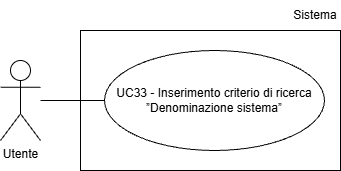
Before: assets/Use_Case_Diagrams/UC33.png, a diagram exported from draw.io (Team-Three-Technologies/Documenti). Source tidied: cells renumbered, new cells last; positions are measured from the earlier drawing's top-left corner, leaving out a move shared by most shapes. The source it was exported from:
```xml
<mxGraphModel>
  <root>
    <mxCell id="0" />
    <mxCell id="1" parent="0" />
    <mxCell id="2" value="Utente" style="shape=umlActor;verticalLabelPosition=bottom;verticalAlign=top;html=1;" parent="1" vertex="1">
      <mxGeometry y="60" width="40" height="80" as="geometry" />
    </mxCell>
    <mxCell id="3" value="UC33 - Inserimento criterio di ricerca ”Denominazione sistema”" style="ellipse;whiteSpace=wrap;html=1;align=center;" parent="1" vertex="1">
      <mxGeometry x="104" y="50" width="220" height="100" as="geometry" />
    </mxCell>
    <mxCell id="4" style="endArrow=none;html=1;rounded=0;entryX=0;entryY=0.5;entryDx=0;entryDy=0;" parent="1" edge="1" target="3">
      <mxGeometry relative="1" as="geometry">
        <mxPoint x="40" y="100" as="sourcePoint" />
      </mxGeometry>
    </mxCell>
    <mxCell id="5" style="rounded=0;whiteSpace=wrap;html=1;fillColor=none;" parent="1" vertex="1">
      <mxGeometry x="80" y="30" width="260" height="140" as="geometry" />
    </mxCell>
    <mxCell id="6" value="Sistema" style="text;html=1;whiteSpace=wrap;strokeColor=none;fillColor=none;align=center;verticalAlign=middle;rounded=0;" parent="1" vertex="1">
      <mxGeometry x="290" width="50" height="30" as="geometry" />
    </mxCell>
  </root>
</mxGraphModel>
```
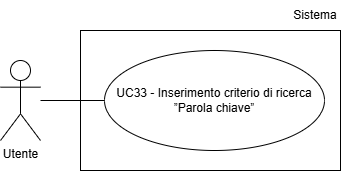
After the commit.

Diff of the diagram source:
```diff
@@ -5,14 +5,14 @@
     <mxCell id="2" value="Utente" style="shape=umlActor;verticalLabelPosition=bottom;verticalAlign=top;html=1;" parent="1" vertex="1">
       <mxGeometry y="60" width="40" height="80" as="geometry" />
     </mxCell>
-    <mxCell id="3" value="UC33 - Inserimento criterio di ricerca ”Denominazione sistema”" style="ellipse;whiteSpace=wrap;html=1;align=center;" parent="1" vertex="1">
-      <mxGeometry x="104" y="50" width="220" height="100" as="geometry" />
-    </mxCell>
-    <mxCell id="4" style="endArrow=none;html=1;rounded=0;entryX=0;entryY=0.5;entryDx=0;entryDy=0;" parent="1" edge="1" target="3">
-      <mxGeometry relative="1" as="geometry">
-        <mxPoint x="40" y="100" as="sourcePoint" />
-      </mxGeometry>
-    </mxCell>
+    <mxCell id="7" value="UC33 - Inserimento criterio di ricerca ”Parola chiave”" style="ellipse;whiteSpace=wrap;html=1;align=center;" parent="1" vertex="1">
+      <mxGeometry x="104" y="50" width="220" height="100" as="geometry" />
+    </mxCell>
+    <mxCell id="8" style="endArrow=none;html=1;rounded=0;entryX=0;entryY=0.5;entryDx=0;entryDy=0;" parent="1" edge="1" target="7">
+      <mxGeometry relative="1" as="geometry">
+        <mxPoint x="40" y="100" as="sourcePoint" />
+      </mxGeometry>
+    </mxCell>
     <mxCell id="5" style="rounded=0;whiteSpace=wrap;html=1;fillColor=none;" parent="1" vertex="1">
       <mxGeometry x="80" y="30" width="260" height="140" as="geometry" />
     </mxCell>
```
